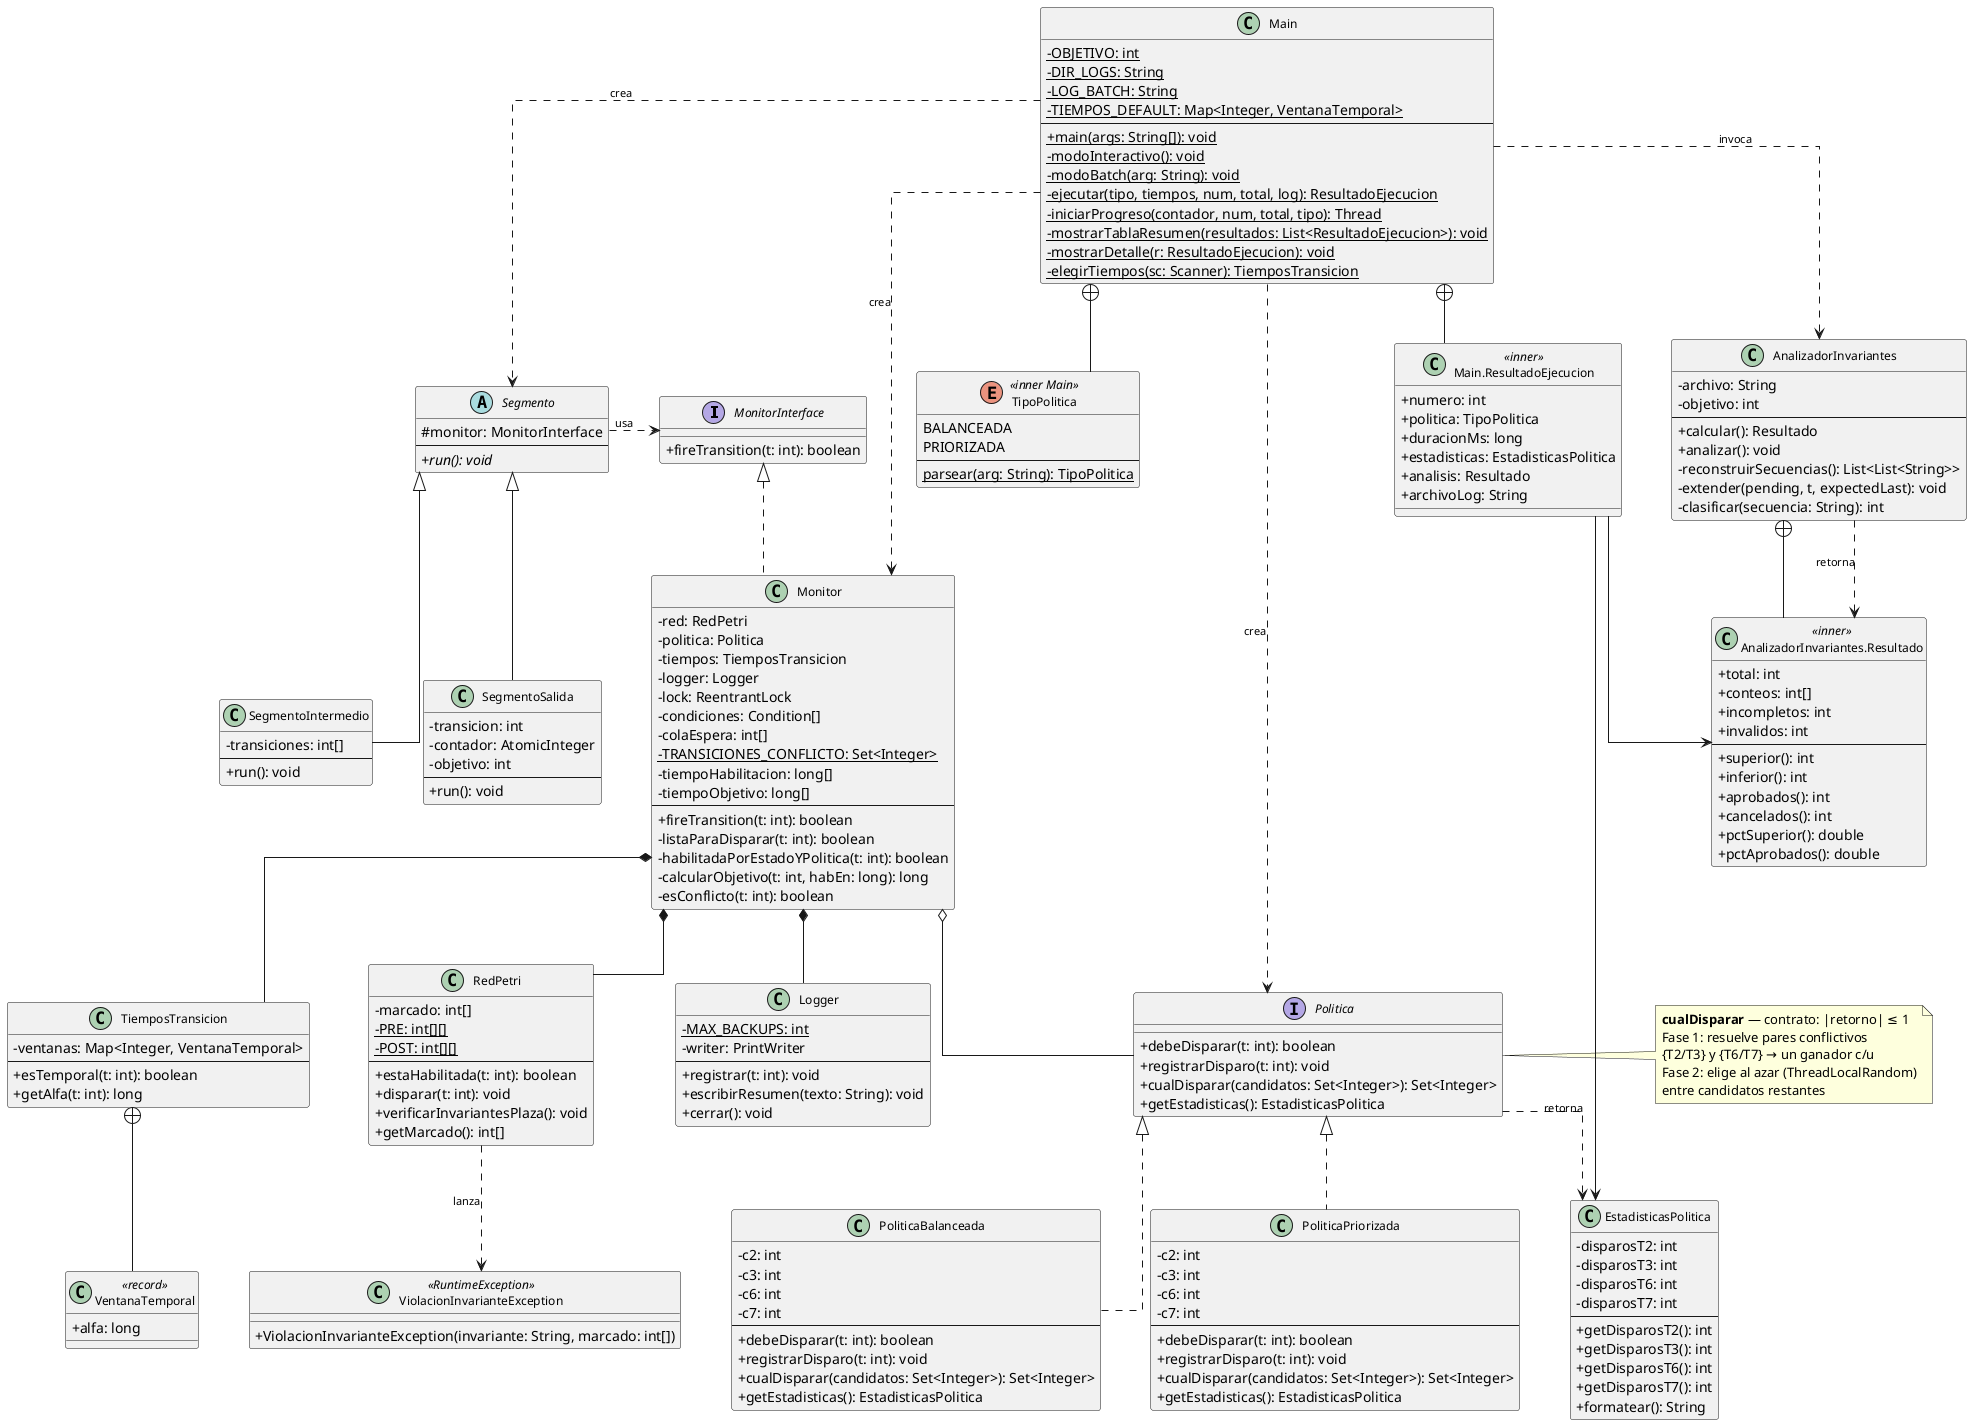
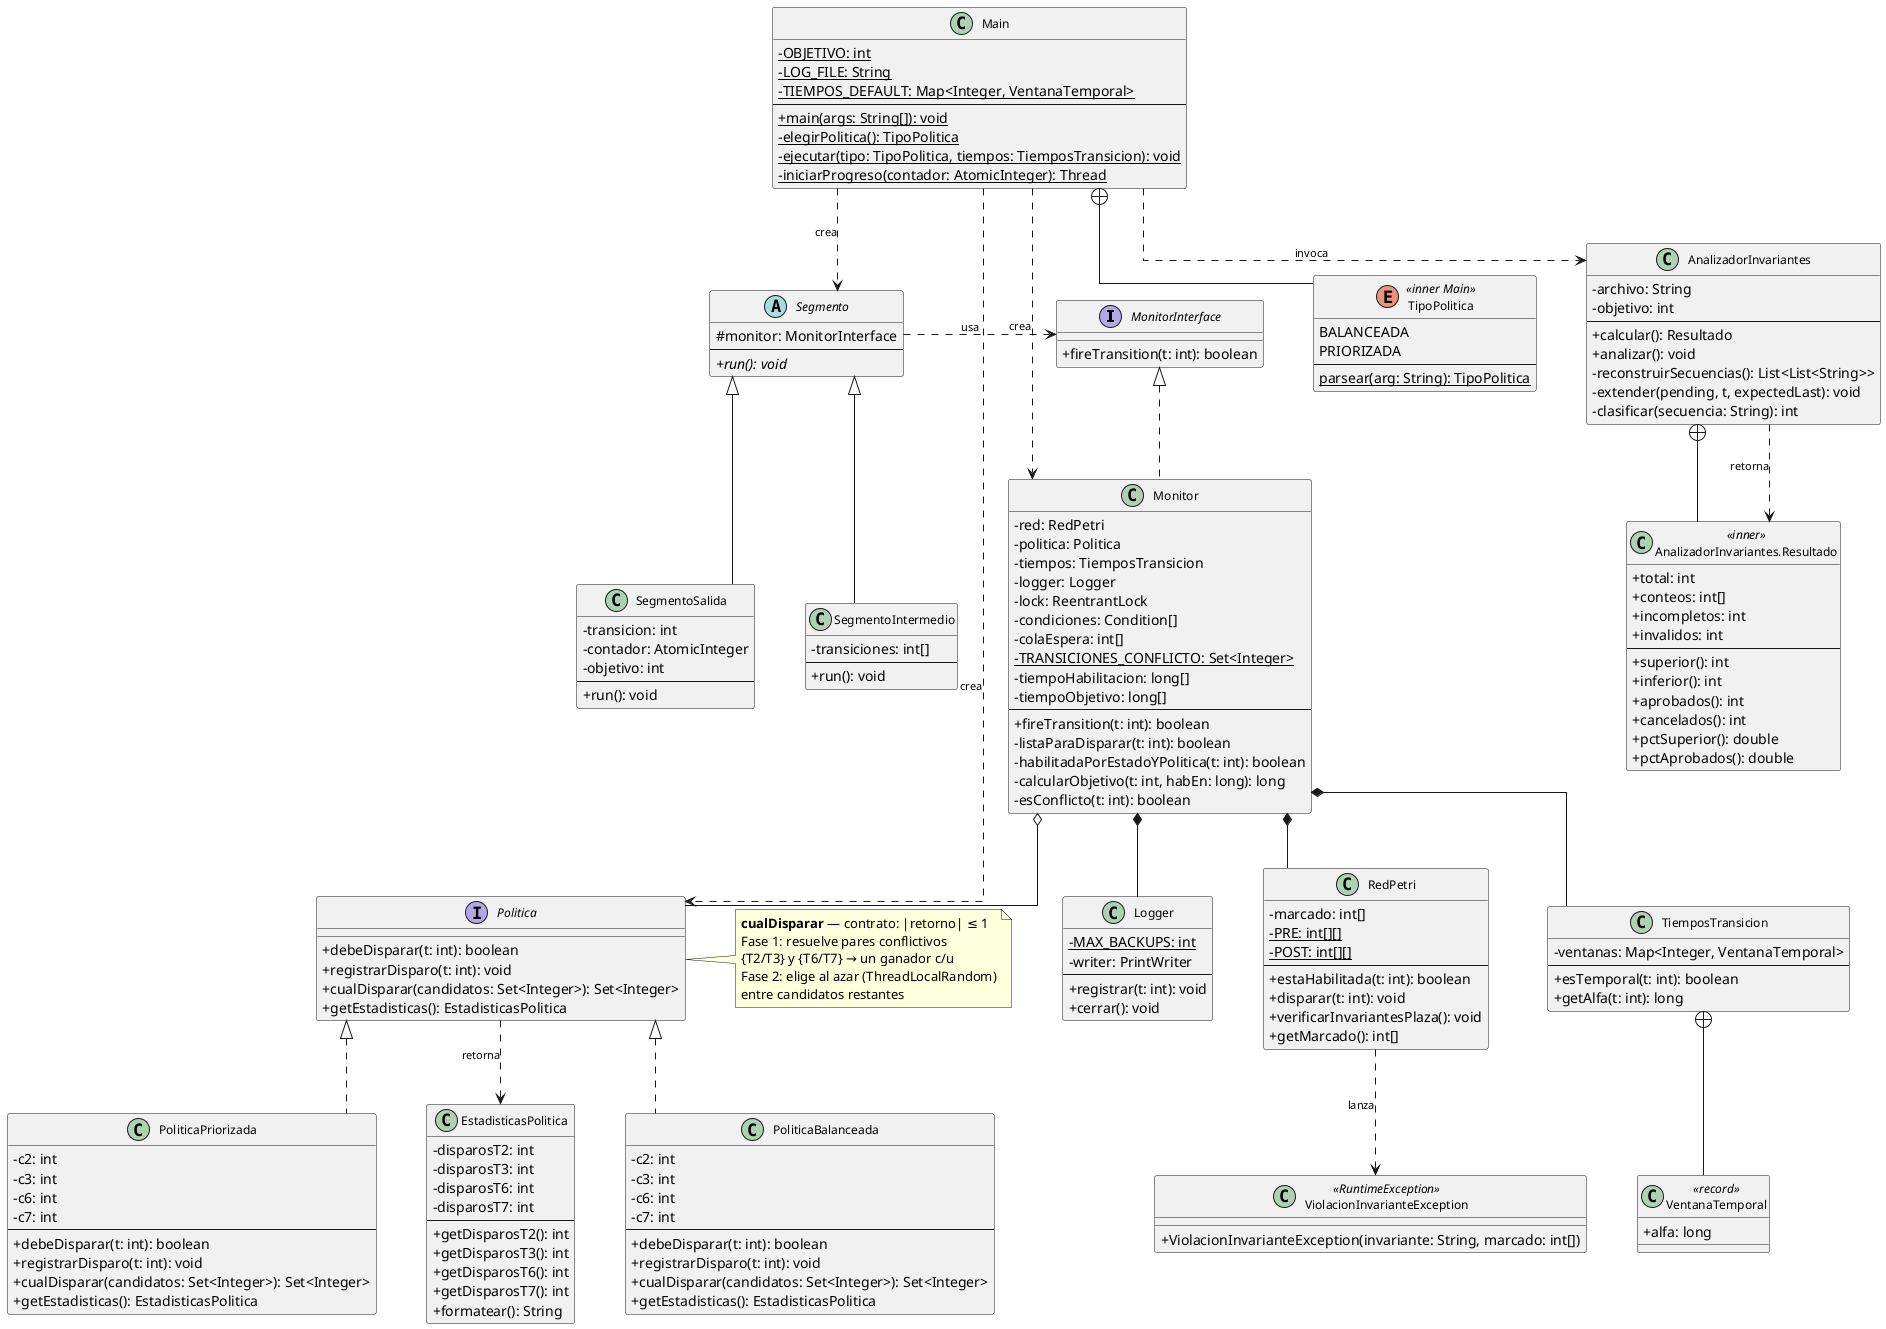
@startuml diagrama-clases

skinparam classAttributeIconSize 0
skinparam classFontSize 12
skinparam ArrowFontSize 11
skinparam linetype ortho
skinparam nodesep 50
skinparam ranksep 55

' ── Interfaces ──────────────────────────────────────────

interface MonitorInterface {
    +fireTransition(t: int): boolean
}

interface Politica {
    +debeDisparar(t: int): boolean
    +registrarDisparo(t: int): void
    +cualDisparar(candidatos: Set<Integer>): Set<Integer>
    +getEstadisticas(): EstadisticasPolitica
}

note right of Politica
  <b>cualDisparar</b> — contrato: |retorno| ≤ 1
  Fase 1: resuelve pares conflictivos
  {T2/T3} y {T6/T7} → un ganador c/u
  Fase 2: elige al azar (ThreadLocalRandom)
  entre candidatos restantes
end note

' ── Modelo de la red ────────────────────────────────────

class RedPetri {
    -marcado: int[]
    -{static} PRE: int[][]
    -{static} POST: int[][]
    --
    +estaHabilitada(t: int): boolean
    +disparar(t: int): void
    +verificarInvariantesPlaza(): void
    +getMarcado(): int[]
}

class ViolacionInvarianteException <<RuntimeException>> {
    +ViolacionInvarianteException(invariante: String, marcado: int[])
}

' ── Configuración temporal ──────────────────────────────

class VentanaTemporal <<record>> {
    +alfa: long
}

class TiemposTransicion {
    -ventanas: Map<Integer, VentanaTemporal>
    --
    +esTemporal(t: int): boolean
    +getAlfa(t: int): long
}

TiemposTransicion +-- VentanaTemporal

' ── Estadísticas de política ────────────────────────────

class EstadisticasPolitica {
    -disparosT2: int
    -disparosT3: int
    -disparosT6: int
    -disparosT7: int
    --
    +getDisparosT2(): int
    +getDisparosT3(): int
    +getDisparosT6(): int
    +getDisparosT7(): int
    +formatear(): String
}

' ── Monitor ─────────────────────────────────────────────

class Monitor {
    -red: RedPetri
    -politica: Politica
    -tiempos: TiemposTransicion
    -logger: Logger
    -lock: ReentrantLock
    -condiciones: Condition[]
    -colaEspera: int[]
    -{static} TRANSICIONES_CONFLICTO: Set<Integer>
    -tiempoHabilitacion: long[]
    -tiempoObjetivo: long[]
    --
    +fireTransition(t: int): boolean
    -listaParaDisparar(t: int): boolean
    -habilitadaPorEstadoYPolitica(t: int): boolean
    -calcularObjetivo(t: int, habEn: long): long
    -esConflicto(t: int): boolean
}

' ── Políticas ───────────────────────────────────────────

class PoliticaBalanceada {
    -c2: int
    -c3: int
    -c6: int
    -c7: int
    --
    +debeDisparar(t: int): boolean
    +registrarDisparo(t: int): void
    +cualDisparar(candidatos: Set<Integer>): Set<Integer>
    +getEstadisticas(): EstadisticasPolitica
}

class PoliticaPriorizada {
    -c2: int
    -c3: int
    -c6: int
    -c7: int
    --
    +debeDisparar(t: int): boolean
    +registrarDisparo(t: int): void
    +cualDisparar(candidatos: Set<Integer>): Set<Integer>
    +getEstadisticas(): EstadisticasPolitica
}

' ── Hilos ───────────────────────────────────────────────

abstract class Segmento {
    #monitor: MonitorInterface
    --
    +{abstract} run(): void
}

class SegmentoIntermedio {
    -transiciones: int[]
    --
    +run(): void
}

class SegmentoSalida {
    -transicion: int
    -contador: AtomicInteger
    -objetivo: int
    --
    +run(): void
}

' ── Observabilidad ──────────────────────────────────────

class Logger {
    -{static} MAX_BACKUPS: int
    -writer: PrintWriter
    --
    +registrar(t: int): void
-     +escribirResumen(texto: String): void
    +cerrar(): void
}

class AnalizadorInvariantes {
    -archivo: String
    -objetivo: int
    --
    +calcular(): Resultado
    +analizar(): void
    -reconstruirSecuencias(): List<List<String>>
    -extender(pending, t, expectedLast): void
    -clasificar(secuencia: String): int
}

class "AnalizadorInvariantes.Resultado" as Resultado <<inner>> {
    +total: int
    +conteos: int[]
    +incompletos: int
    +invalidos: int
    --
    +superior(): int
    +inferior(): int
    +aprobados(): int
    +cancelados(): int
    +pctSuperior(): double
    +pctAprobados(): double
}

' ── Punto de entrada ────────────────────────────────────

enum TipoPolitica <<inner Main>> {
    BALANCEADA
    PRIORIZADA
    --
    {static} parsear(arg: String): TipoPolitica
}

- class "Main.ResultadoEjecucion" as ResultadoEjecucion <<inner>> {
-     +numero: int
-     +politica: TipoPolitica
-     +duracionMs: long
-     +estadisticas: EstadisticasPolitica
-     +analisis: Resultado
-     +archivoLog: String
- }
- 
class Main {
    -{static} OBJETIVO: int
-     -{static} DIR_LOGS: String
-     -{static} LOG_BATCH: String
+     -{static} LOG_FILE: String
    -{static} TIEMPOS_DEFAULT: Map<Integer, VentanaTemporal>
    --
    +{static} main(args: String[]): void
-     -{static} modoInteractivo(): void
-     -{static} modoBatch(arg: String): void
-     -{static} ejecutar(tipo, tiempos, num, total, log): ResultadoEjecucion
-     -{static} iniciarProgreso(contador, num, total, tipo): Thread
-     -{static} mostrarTablaResumen(resultados: List<ResultadoEjecucion>): void
-     -{static} mostrarDetalle(r: ResultadoEjecucion): void
-     -{static} elegirTiempos(sc: Scanner): TiemposTransicion
+     -{static} elegirPolitica(): TipoPolitica
+     -{static} ejecutar(tipo: TipoPolitica, tiempos: TiemposTransicion): void
+     -{static} iniciarProgreso(contador: AtomicInteger): Thread
}

' ── Relaciones ──────────────────────────────────────────

MonitorInterface <|..  Monitor
Politica         <|..  PoliticaBalanceada
Politica         <|..  PoliticaPriorizada
Segmento         <|--  SegmentoIntermedio
Segmento         <|--  SegmentoSalida

Monitor *-- RedPetri
Monitor *-- TiemposTransicion
Monitor *-- Logger
Monitor o-- Politica

RedPetri ..> ViolacionInvarianteException : "lanza"

Politica ..> EstadisticasPolitica : "retorna"

Segmento .> MonitorInterface : "usa"

AnalizadorInvariantes +-- Resultado
AnalizadorInvariantes ..> Resultado : "retorna"

Main +-- TipoPolitica
- Main +-- ResultadoEjecucion
- ResultadoEjecucion --> EstadisticasPolitica
- ResultadoEjecucion --> Resultado
- 
- Main ..> Monitor              : "crea"
- Main ..> Segmento             : "crea"
- Main ..> Politica             : "crea"
+ 
+ Main ..> Monitor               : "crea"
+ Main ..> Segmento              : "crea"
+ Main ..> Politica              : "crea"
Main ..> AnalizadorInvariantes : "invoca"

@enduml
